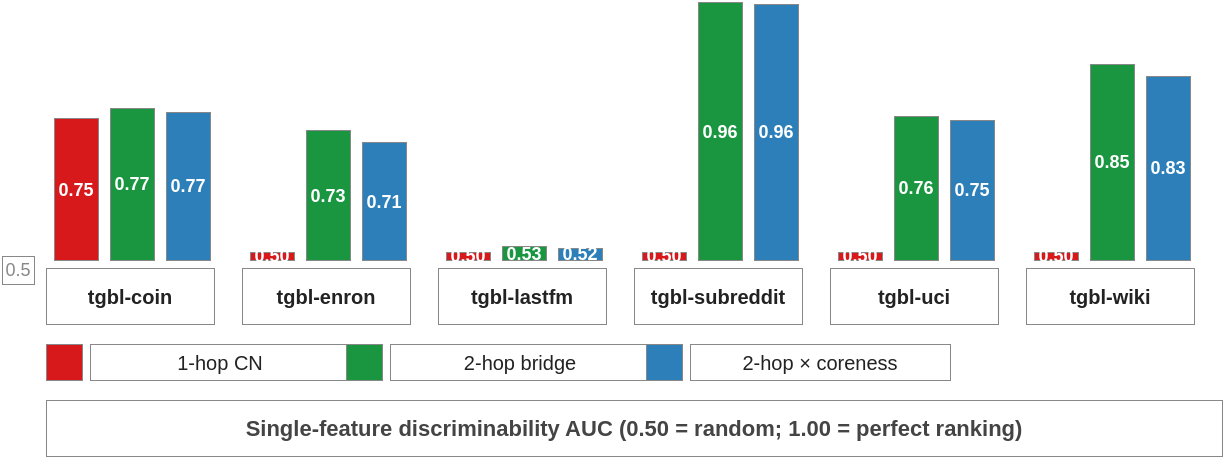
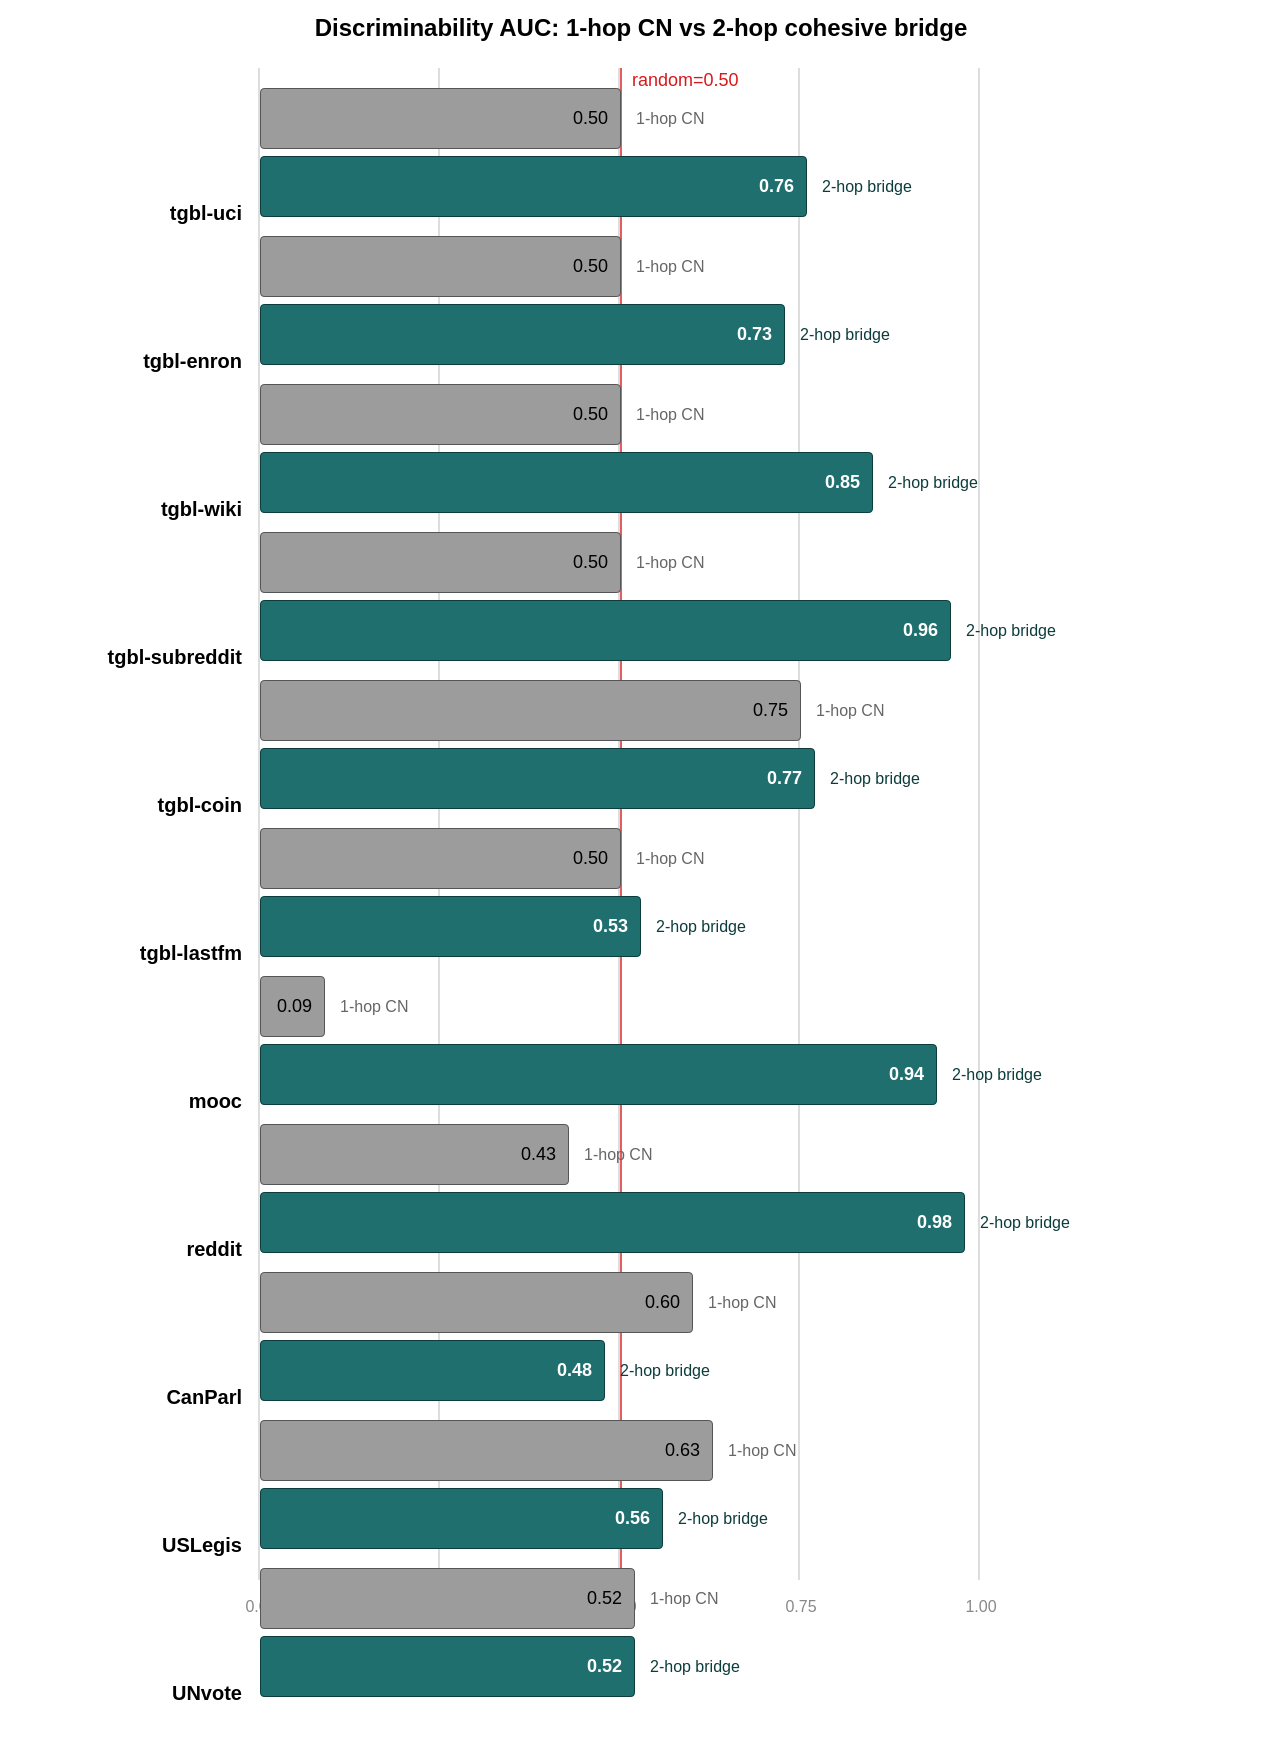
<mxfile host="local" version="22.0.0">
-   <diagram name="discAUC-bars" id="discauc-bars">
-     <mxGraphModel dx="2000" dy="1000" grid="1" gridSize="10" guides="1" tooltips="1"
+   <diagram name="discAUC-bars-v3" id="discauc_v3">
+     <mxGraphModel dx="2000" dy="1200" grid="1" gridSize="10" guides="1" tooltips="1"
      connect="1" arrows="1" fold="1" page="1" pageScale="1"
-       pageWidth="716" pageHeight="358" math="0" shadow="0">
+       pageWidth="720" pageHeight="1008" math="0" shadow="0">
      <root>
        <mxCell id="0"/>
        <mxCell id="1" parent="0"/>
-         <mxCell id="2001" value="tgbl-coin" style="rounded=0;whiteSpace=wrap;html=1;fillColor=#FFFFFF;strokeColor=#888888;strokeWidth=0.5;fontColor=#222222;fontSize=10;fontFamily=Helvetica;align=center;verticalAlign=middle;fontStyle=1" vertex="1" parent="1"><mxGeometry x="24" y="168" width="84" height="28" as="geometry"/></mxCell><mxCell id="2002" value="0.75" style="rounded=0;whiteSpace=wrap;html=1;fillColor=#D7191C;strokeColor=#888888;strokeWidth=0.5;fontColor=#FFFFFF;fontSize=9;fontFamily=Helvetica;align=center;verticalAlign=middle;fontStyle=1" vertex="1" parent="1"><mxGeometry x="28" y="93" width="22" height="71" as="geometry"/></mxCell><mxCell id="2003" value="0.77" style="rounded=0;whiteSpace=wrap;html=1;fillColor=#1A9641;strokeColor=#888888;strokeWidth=0.5;fontColor=#FFFFFF;fontSize=9;fontFamily=Helvetica;align=center;verticalAlign=middle;fontStyle=1" vertex="1" parent="1"><mxGeometry x="56" y="88" width="22" height="76" as="geometry"/></mxCell><mxCell id="2004" value="0.77" style="rounded=0;whiteSpace=wrap;html=1;fillColor=#2C7FB8;strokeColor=#888888;strokeWidth=0.5;fontColor=#FFFFFF;fontSize=9;fontFamily=Helvetica;align=center;verticalAlign=middle;fontStyle=1" vertex="1" parent="1"><mxGeometry x="84" y="90" width="22" height="74" as="geometry"/></mxCell><mxCell id="2005" value="tgbl-enron" style="rounded=0;whiteSpace=wrap;html=1;fillColor=#FFFFFF;strokeColor=#888888;strokeWidth=0.5;fontColor=#222222;fontSize=10;fontFamily=Helvetica;align=center;verticalAlign=middle;fontStyle=1" vertex="1" parent="1"><mxGeometry x="122" y="168" width="84" height="28" as="geometry"/></mxCell><mxCell id="2006" value="0.50" style="rounded=0;whiteSpace=wrap;html=1;fillColor=#D7191C;strokeColor=#888888;strokeWidth=0.5;fontColor=#FFFFFF;fontSize=9;fontFamily=Helvetica;align=center;verticalAlign=middle;fontStyle=1" vertex="1" parent="1"><mxGeometry x="126" y="160" width="22" height="4" as="geometry"/></mxCell><mxCell id="2007" value="0.73" style="rounded=0;whiteSpace=wrap;html=1;fillColor=#1A9641;strokeColor=#888888;strokeWidth=0.5;fontColor=#FFFFFF;fontSize=9;fontFamily=Helvetica;align=center;verticalAlign=middle;fontStyle=1" vertex="1" parent="1"><mxGeometry x="154" y="99" width="22" height="65" as="geometry"/></mxCell><mxCell id="2008" value="0.71" style="rounded=0;whiteSpace=wrap;html=1;fillColor=#2C7FB8;strokeColor=#888888;strokeWidth=0.5;fontColor=#FFFFFF;fontSize=9;fontFamily=Helvetica;align=center;verticalAlign=middle;fontStyle=1" vertex="1" parent="1"><mxGeometry x="182" y="105" width="22" height="59" as="geometry"/></mxCell><mxCell id="2009" value="tgbl-lastfm" style="rounded=0;whiteSpace=wrap;html=1;fillColor=#FFFFFF;strokeColor=#888888;strokeWidth=0.5;fontColor=#222222;fontSize=10;fontFamily=Helvetica;align=center;verticalAlign=middle;fontStyle=1" vertex="1" parent="1"><mxGeometry x="220" y="168" width="84" height="28" as="geometry"/></mxCell><mxCell id="2010" value="0.50" style="rounded=0;whiteSpace=wrap;html=1;fillColor=#D7191C;strokeColor=#888888;strokeWidth=0.5;fontColor=#FFFFFF;fontSize=9;fontFamily=Helvetica;align=center;verticalAlign=middle;fontStyle=1" vertex="1" parent="1"><mxGeometry x="224" y="160" width="22" height="4" as="geometry"/></mxCell><mxCell id="2011" value="0.53" style="rounded=0;whiteSpace=wrap;html=1;fillColor=#1A9641;strokeColor=#888888;strokeWidth=0.5;fontColor=#FFFFFF;fontSize=9;fontFamily=Helvetica;align=center;verticalAlign=middle;fontStyle=1" vertex="1" parent="1"><mxGeometry x="252" y="157" width="22" height="7" as="geometry"/></mxCell><mxCell id="2012" value="0.52" style="rounded=0;whiteSpace=wrap;html=1;fillColor=#2C7FB8;strokeColor=#888888;strokeWidth=0.5;fontColor=#FFFFFF;fontSize=9;fontFamily=Helvetica;align=center;verticalAlign=middle;fontStyle=1" vertex="1" parent="1"><mxGeometry x="280" y="158" width="22" height="6" as="geometry"/></mxCell><mxCell id="2013" value="tgbl-subreddit" style="rounded=0;whiteSpace=wrap;html=1;fillColor=#FFFFFF;strokeColor=#888888;strokeWidth=0.5;fontColor=#222222;fontSize=10;fontFamily=Helvetica;align=center;verticalAlign=middle;fontStyle=1" vertex="1" parent="1"><mxGeometry x="318" y="168" width="84" height="28" as="geometry"/></mxCell><mxCell id="2014" value="0.50" style="rounded=0;whiteSpace=wrap;html=1;fillColor=#D7191C;strokeColor=#888888;strokeWidth=0.5;fontColor=#FFFFFF;fontSize=9;fontFamily=Helvetica;align=center;verticalAlign=middle;fontStyle=1" vertex="1" parent="1"><mxGeometry x="322" y="160" width="22" height="4" as="geometry"/></mxCell><mxCell id="2015" value="0.96" style="rounded=0;whiteSpace=wrap;html=1;fillColor=#1A9641;strokeColor=#888888;strokeWidth=0.5;fontColor=#FFFFFF;fontSize=9;fontFamily=Helvetica;align=center;verticalAlign=middle;fontStyle=1" vertex="1" parent="1"><mxGeometry x="350" y="35" width="22" height="129" as="geometry"/></mxCell><mxCell id="2016" value="0.96" style="rounded=0;whiteSpace=wrap;html=1;fillColor=#2C7FB8;strokeColor=#888888;strokeWidth=0.5;fontColor=#FFFFFF;fontSize=9;fontFamily=Helvetica;align=center;verticalAlign=middle;fontStyle=1" vertex="1" parent="1"><mxGeometry x="378" y="36" width="22" height="128" as="geometry"/></mxCell><mxCell id="2017" value="tgbl-uci" style="rounded=0;whiteSpace=wrap;html=1;fillColor=#FFFFFF;strokeColor=#888888;strokeWidth=0.5;fontColor=#222222;fontSize=10;fontFamily=Helvetica;align=center;verticalAlign=middle;fontStyle=1" vertex="1" parent="1"><mxGeometry x="416" y="168" width="84" height="28" as="geometry"/></mxCell><mxCell id="2018" value="0.50" style="rounded=0;whiteSpace=wrap;html=1;fillColor=#D7191C;strokeColor=#888888;strokeWidth=0.5;fontColor=#FFFFFF;fontSize=9;fontFamily=Helvetica;align=center;verticalAlign=middle;fontStyle=1" vertex="1" parent="1"><mxGeometry x="420" y="160" width="22" height="4" as="geometry"/></mxCell><mxCell id="2019" value="0.76" style="rounded=0;whiteSpace=wrap;html=1;fillColor=#1A9641;strokeColor=#888888;strokeWidth=0.5;fontColor=#FFFFFF;fontSize=9;fontFamily=Helvetica;align=center;verticalAlign=middle;fontStyle=1" vertex="1" parent="1"><mxGeometry x="448" y="92" width="22" height="72" as="geometry"/></mxCell><mxCell id="2020" value="0.75" style="rounded=0;whiteSpace=wrap;html=1;fillColor=#2C7FB8;strokeColor=#888888;strokeWidth=0.5;fontColor=#FFFFFF;fontSize=9;fontFamily=Helvetica;align=center;verticalAlign=middle;fontStyle=1" vertex="1" parent="1"><mxGeometry x="476" y="94" width="22" height="70" as="geometry"/></mxCell><mxCell id="2021" value="tgbl-wiki" style="rounded=0;whiteSpace=wrap;html=1;fillColor=#FFFFFF;strokeColor=#888888;strokeWidth=0.5;fontColor=#222222;fontSize=10;fontFamily=Helvetica;align=center;verticalAlign=middle;fontStyle=1" vertex="1" parent="1"><mxGeometry x="514" y="168" width="84" height="28" as="geometry"/></mxCell><mxCell id="2022" value="0.50" style="rounded=0;whiteSpace=wrap;html=1;fillColor=#D7191C;strokeColor=#888888;strokeWidth=0.5;fontColor=#FFFFFF;fontSize=9;fontFamily=Helvetica;align=center;verticalAlign=middle;fontStyle=1" vertex="1" parent="1"><mxGeometry x="518" y="160" width="22" height="4" as="geometry"/></mxCell><mxCell id="2023" value="0.85" style="rounded=0;whiteSpace=wrap;html=1;fillColor=#1A9641;strokeColor=#888888;strokeWidth=0.5;fontColor=#FFFFFF;fontSize=9;fontFamily=Helvetica;align=center;verticalAlign=middle;fontStyle=1" vertex="1" parent="1"><mxGeometry x="546" y="66" width="22" height="98" as="geometry"/></mxCell><mxCell id="2024" value="0.83" style="rounded=0;whiteSpace=wrap;html=1;fillColor=#2C7FB8;strokeColor=#888888;strokeWidth=0.5;fontColor=#FFFFFF;fontSize=9;fontFamily=Helvetica;align=center;verticalAlign=middle;fontStyle=1" vertex="1" parent="1"><mxGeometry x="574" y="72" width="22" height="92" as="geometry"/></mxCell><mxCell id="2025" value="0.5" style="rounded=0;whiteSpace=wrap;html=1;fillColor=#FFFFFF;strokeColor=#888888;strokeWidth=0.5;fontColor=#888888;fontSize=9;fontFamily=Helvetica;align=center;verticalAlign=middle" vertex="1" parent="1"><mxGeometry x="2" y="162" width="16" height="14" as="geometry"/></mxCell><mxCell id="2026" value="" style="rounded=0;whiteSpace=wrap;html=1;fillColor=#D7191C;strokeColor=#888888;strokeWidth=0.5;fontColor=#000000;fontSize=10;fontFamily=Helvetica;align=center;verticalAlign=middle" vertex="1" parent="1"><mxGeometry x="24" y="206" width="18" height="18" as="geometry"/></mxCell><mxCell id="2027" value="1-hop CN" style="rounded=0;whiteSpace=wrap;html=1;fillColor=#FFFFFF;strokeColor=#888888;strokeWidth=0.5;fontColor=#222222;fontSize=10;fontFamily=Helvetica;align=center;verticalAlign=middle" vertex="1" parent="1"><mxGeometry x="46" y="206" width="130" height="18" as="geometry"/></mxCell><mxCell id="2028" value="" style="rounded=0;whiteSpace=wrap;html=1;fillColor=#1A9641;strokeColor=#888888;strokeWidth=0.5;fontColor=#000000;fontSize=10;fontFamily=Helvetica;align=center;verticalAlign=middle" vertex="1" parent="1"><mxGeometry x="174" y="206" width="18" height="18" as="geometry"/></mxCell><mxCell id="2029" value="2-hop bridge" style="rounded=0;whiteSpace=wrap;html=1;fillColor=#FFFFFF;strokeColor=#888888;strokeWidth=0.5;fontColor=#222222;fontSize=10;fontFamily=Helvetica;align=center;verticalAlign=middle" vertex="1" parent="1"><mxGeometry x="196" y="206" width="130" height="18" as="geometry"/></mxCell><mxCell id="2030" value="" style="rounded=0;whiteSpace=wrap;html=1;fillColor=#2C7FB8;strokeColor=#888888;strokeWidth=0.5;fontColor=#000000;fontSize=10;fontFamily=Helvetica;align=center;verticalAlign=middle" vertex="1" parent="1"><mxGeometry x="324" y="206" width="18" height="18" as="geometry"/></mxCell><mxCell id="2031" value="2-hop × coreness" style="rounded=0;whiteSpace=wrap;html=1;fillColor=#FFFFFF;strokeColor=#888888;strokeWidth=0.5;fontColor=#222222;fontSize=10;fontFamily=Helvetica;align=center;verticalAlign=middle" vertex="1" parent="1"><mxGeometry x="346" y="206" width="130" height="18" as="geometry"/></mxCell><mxCell id="2032" value="Single-feature discriminability AUC (0.50 = random; 1.00 = perfect ranking)" style="rounded=0;whiteSpace=wrap;html=1;fillColor=#FFFFFF;strokeColor=#888888;strokeWidth=0.5;fontColor=#444444;fontSize=11;fontFamily=Helvetica;align=center;verticalAlign=middle;fontStyle=1" vertex="1" parent="1"><mxGeometry x="24" y="234" width="588" height="28" as="geometry"/></mxCell>
+         <mxCell id="5001" value="Discriminability AUC: 1-hop CN vs 2-hop cohesive bridge" style="text;html=1;align=center;fontFamily=Helvetica;fontSize=12;fontStyle=1" vertex="1" parent="1"><mxGeometry x="30" y="30" width="640" height="26" as="geometry"/></mxCell><mxCell id="5002" value="" style="rounded=0;fillColor=#D7191C;strokeColor=none;opacity=70" vertex="1" parent="1"><mxGeometry x="339" y="64" width="2" height="758" as="geometry"/></mxCell><mxCell id="5003" value="random=0.50" style="text;html=1;align=left;fontFamily=Helvetica;fontSize=9;fontColor=#D7191C" vertex="1" parent="1"><mxGeometry x="344" y="58" width="90" height="14" as="geometry"/></mxCell><mxCell id="5004" value="" style="rounded=0;fillColor=#DDDDDD;strokeColor=none" vertex="1" parent="1"><mxGeometry x="159" y="64" width="1" height="756" as="geometry"/></mxCell><mxCell id="5005" value="0.00" style="text;html=1;align=center;fontFamily=Helvetica;fontSize=8;fontColor=#888888" vertex="1" parent="1"><mxGeometry x="146" y="822" width="28" height="14" as="geometry"/></mxCell><mxCell id="5006" value="" style="rounded=0;fillColor=#DDDDDD;strokeColor=none" vertex="1" parent="1"><mxGeometry x="249" y="64" width="1" height="756" as="geometry"/></mxCell><mxCell id="5007" value="0.25" style="text;html=1;align=center;fontFamily=Helvetica;fontSize=8;fontColor=#888888" vertex="1" parent="1"><mxGeometry x="236" y="822" width="28" height="14" as="geometry"/></mxCell><mxCell id="5008" value="" style="rounded=0;fillColor=#DDDDDD;strokeColor=none" vertex="1" parent="1"><mxGeometry x="339" y="64" width="1" height="756" as="geometry"/></mxCell><mxCell id="5009" value="0.50" style="text;html=1;align=center;fontFamily=Helvetica;fontSize=8;fontColor=#888888" vertex="1" parent="1"><mxGeometry x="326" y="822" width="28" height="14" as="geometry"/></mxCell><mxCell id="5010" value="" style="rounded=0;fillColor=#DDDDDD;strokeColor=none" vertex="1" parent="1"><mxGeometry x="429" y="64" width="1" height="756" as="geometry"/></mxCell><mxCell id="5011" value="0.75" style="text;html=1;align=center;fontFamily=Helvetica;fontSize=8;fontColor=#888888" vertex="1" parent="1"><mxGeometry x="416" y="822" width="28" height="14" as="geometry"/></mxCell><mxCell id="5012" value="" style="rounded=0;fillColor=#DDDDDD;strokeColor=none" vertex="1" parent="1"><mxGeometry x="519" y="64" width="1" height="756" as="geometry"/></mxCell><mxCell id="5013" value="1.00" style="text;html=1;align=center;fontFamily=Helvetica;fontSize=8;fontColor=#888888" vertex="1" parent="1"><mxGeometry x="506" y="822" width="28" height="14" as="geometry"/></mxCell><mxCell id="5014" value="tgbl-uci" style="text;html=1;align=right;verticalAlign=middle;fontFamily=Helvetica;fontSize=10;fontStyle=1" vertex="1" parent="1"><mxGeometry x="30" y="104" width="122" height="64" as="geometry"/></mxCell><mxCell id="5015" value="0.50" style="rounded=1;arcSize=6;whiteSpace=wrap;html=1;fillColor=#9C9C9C;strokeColor=#555555;strokeWidth=0.5;fontColor=#000000;fontFamily=Helvetica;fontSize=9;align=right;verticalAlign=middle;spacingRight=4" vertex="1" parent="1"><mxGeometry x="160" y="74" width="180" height="30" as="geometry"/></mxCell><mxCell id="5016" value="1-hop CN" style="text;html=1;align=left;verticalAlign=middle;fontFamily=Helvetica;fontSize=8;fontColor=#666666" vertex="1" parent="1"><mxGeometry x="346" y="74" width="70" height="30" as="geometry"/></mxCell><mxCell id="5017" value="0.76" style="rounded=1;arcSize=6;whiteSpace=wrap;html=1;fillColor=#1F6F6F;strokeColor=#0C3C3C;strokeWidth=0.5;fontColor=#FFFFFF;fontStyle=1;fontFamily=Helvetica;fontSize=9;align=right;verticalAlign=middle;spacingRight=4" vertex="1" parent="1"><mxGeometry x="160" y="108" width="273" height="30" as="geometry"/></mxCell><mxCell id="5018" value="2-hop bridge" style="text;html=1;align=left;verticalAlign=middle;fontFamily=Helvetica;fontSize=8;fontColor=#0C3C3C" vertex="1" parent="1"><mxGeometry x="439" y="108" width="90" height="30" as="geometry"/></mxCell><mxCell id="5019" value="tgbl-enron" style="text;html=1;align=right;verticalAlign=middle;fontFamily=Helvetica;fontSize=10;fontStyle=1" vertex="1" parent="1"><mxGeometry x="30" y="178" width="122" height="64" as="geometry"/></mxCell><mxCell id="5020" value="0.50" style="rounded=1;arcSize=6;whiteSpace=wrap;html=1;fillColor=#9C9C9C;strokeColor=#555555;strokeWidth=0.5;fontColor=#000000;fontFamily=Helvetica;fontSize=9;align=right;verticalAlign=middle;spacingRight=4" vertex="1" parent="1"><mxGeometry x="160" y="148" width="180" height="30" as="geometry"/></mxCell><mxCell id="5021" value="1-hop CN" style="text;html=1;align=left;verticalAlign=middle;fontFamily=Helvetica;fontSize=8;fontColor=#666666" vertex="1" parent="1"><mxGeometry x="346" y="148" width="70" height="30" as="geometry"/></mxCell><mxCell id="5022" value="0.73" style="rounded=1;arcSize=6;whiteSpace=wrap;html=1;fillColor=#1F6F6F;strokeColor=#0C3C3C;strokeWidth=0.5;fontColor=#FFFFFF;fontStyle=1;fontFamily=Helvetica;fontSize=9;align=right;verticalAlign=middle;spacingRight=4" vertex="1" parent="1"><mxGeometry x="160" y="182" width="262" height="30" as="geometry"/></mxCell><mxCell id="5023" value="2-hop bridge" style="text;html=1;align=left;verticalAlign=middle;fontFamily=Helvetica;fontSize=8;fontColor=#0C3C3C" vertex="1" parent="1"><mxGeometry x="428" y="182" width="90" height="30" as="geometry"/></mxCell><mxCell id="5024" value="tgbl-wiki" style="text;html=1;align=right;verticalAlign=middle;fontFamily=Helvetica;fontSize=10;fontStyle=1" vertex="1" parent="1"><mxGeometry x="30" y="252" width="122" height="64" as="geometry"/></mxCell><mxCell id="5025" value="0.50" style="rounded=1;arcSize=6;whiteSpace=wrap;html=1;fillColor=#9C9C9C;strokeColor=#555555;strokeWidth=0.5;fontColor=#000000;fontFamily=Helvetica;fontSize=9;align=right;verticalAlign=middle;spacingRight=4" vertex="1" parent="1"><mxGeometry x="160" y="222" width="180" height="30" as="geometry"/></mxCell><mxCell id="5026" value="1-hop CN" style="text;html=1;align=left;verticalAlign=middle;fontFamily=Helvetica;fontSize=8;fontColor=#666666" vertex="1" parent="1"><mxGeometry x="346" y="222" width="70" height="30" as="geometry"/></mxCell><mxCell id="5027" value="0.85" style="rounded=1;arcSize=6;whiteSpace=wrap;html=1;fillColor=#1F6F6F;strokeColor=#0C3C3C;strokeWidth=0.5;fontColor=#FFFFFF;fontStyle=1;fontFamily=Helvetica;fontSize=9;align=right;verticalAlign=middle;spacingRight=4" vertex="1" parent="1"><mxGeometry x="160" y="256" width="306" height="30" as="geometry"/></mxCell><mxCell id="5028" value="2-hop bridge" style="text;html=1;align=left;verticalAlign=middle;fontFamily=Helvetica;fontSize=8;fontColor=#0C3C3C" vertex="1" parent="1"><mxGeometry x="472" y="256" width="90" height="30" as="geometry"/></mxCell><mxCell id="5029" value="tgbl-subreddit" style="text;html=1;align=right;verticalAlign=middle;fontFamily=Helvetica;fontSize=10;fontStyle=1" vertex="1" parent="1"><mxGeometry x="30" y="326" width="122" height="64" as="geometry"/></mxCell><mxCell id="5030" value="0.50" style="rounded=1;arcSize=6;whiteSpace=wrap;html=1;fillColor=#9C9C9C;strokeColor=#555555;strokeWidth=0.5;fontColor=#000000;fontFamily=Helvetica;fontSize=9;align=right;verticalAlign=middle;spacingRight=4" vertex="1" parent="1"><mxGeometry x="160" y="296" width="180" height="30" as="geometry"/></mxCell><mxCell id="5031" value="1-hop CN" style="text;html=1;align=left;verticalAlign=middle;fontFamily=Helvetica;fontSize=8;fontColor=#666666" vertex="1" parent="1"><mxGeometry x="346" y="296" width="70" height="30" as="geometry"/></mxCell><mxCell id="5032" value="0.96" style="rounded=1;arcSize=6;whiteSpace=wrap;html=1;fillColor=#1F6F6F;strokeColor=#0C3C3C;strokeWidth=0.5;fontColor=#FFFFFF;fontStyle=1;fontFamily=Helvetica;fontSize=9;align=right;verticalAlign=middle;spacingRight=4" vertex="1" parent="1"><mxGeometry x="160" y="330" width="345" height="30" as="geometry"/></mxCell><mxCell id="5033" value="2-hop bridge" style="text;html=1;align=left;verticalAlign=middle;fontFamily=Helvetica;fontSize=8;fontColor=#0C3C3C" vertex="1" parent="1"><mxGeometry x="511" y="330" width="90" height="30" as="geometry"/></mxCell><mxCell id="5034" value="tgbl-coin" style="text;html=1;align=right;verticalAlign=middle;fontFamily=Helvetica;fontSize=10;fontStyle=1" vertex="1" parent="1"><mxGeometry x="30" y="400" width="122" height="64" as="geometry"/></mxCell><mxCell id="5035" value="0.75" style="rounded=1;arcSize=6;whiteSpace=wrap;html=1;fillColor=#9C9C9C;strokeColor=#555555;strokeWidth=0.5;fontColor=#000000;fontFamily=Helvetica;fontSize=9;align=right;verticalAlign=middle;spacingRight=4" vertex="1" parent="1"><mxGeometry x="160" y="370" width="270" height="30" as="geometry"/></mxCell><mxCell id="5036" value="1-hop CN" style="text;html=1;align=left;verticalAlign=middle;fontFamily=Helvetica;fontSize=8;fontColor=#666666" vertex="1" parent="1"><mxGeometry x="436" y="370" width="70" height="30" as="geometry"/></mxCell><mxCell id="5037" value="0.77" style="rounded=1;arcSize=6;whiteSpace=wrap;html=1;fillColor=#1F6F6F;strokeColor=#0C3C3C;strokeWidth=0.5;fontColor=#FFFFFF;fontStyle=1;fontFamily=Helvetica;fontSize=9;align=right;verticalAlign=middle;spacingRight=4" vertex="1" parent="1"><mxGeometry x="160" y="404" width="277" height="30" as="geometry"/></mxCell><mxCell id="5038" value="2-hop bridge" style="text;html=1;align=left;verticalAlign=middle;fontFamily=Helvetica;fontSize=8;fontColor=#0C3C3C" vertex="1" parent="1"><mxGeometry x="443" y="404" width="90" height="30" as="geometry"/></mxCell><mxCell id="5039" value="tgbl-lastfm" style="text;html=1;align=right;verticalAlign=middle;fontFamily=Helvetica;fontSize=10;fontStyle=1" vertex="1" parent="1"><mxGeometry x="30" y="474" width="122" height="64" as="geometry"/></mxCell><mxCell id="5040" value="0.50" style="rounded=1;arcSize=6;whiteSpace=wrap;html=1;fillColor=#9C9C9C;strokeColor=#555555;strokeWidth=0.5;fontColor=#000000;fontFamily=Helvetica;fontSize=9;align=right;verticalAlign=middle;spacingRight=4" vertex="1" parent="1"><mxGeometry x="160" y="444" width="180" height="30" as="geometry"/></mxCell><mxCell id="5041" value="1-hop CN" style="text;html=1;align=left;verticalAlign=middle;fontFamily=Helvetica;fontSize=8;fontColor=#666666" vertex="1" parent="1"><mxGeometry x="346" y="444" width="70" height="30" as="geometry"/></mxCell><mxCell id="5042" value="0.53" style="rounded=1;arcSize=6;whiteSpace=wrap;html=1;fillColor=#1F6F6F;strokeColor=#0C3C3C;strokeWidth=0.5;fontColor=#FFFFFF;fontStyle=1;fontFamily=Helvetica;fontSize=9;align=right;verticalAlign=middle;spacingRight=4" vertex="1" parent="1"><mxGeometry x="160" y="478" width="190" height="30" as="geometry"/></mxCell><mxCell id="5043" value="2-hop bridge" style="text;html=1;align=left;verticalAlign=middle;fontFamily=Helvetica;fontSize=8;fontColor=#0C3C3C" vertex="1" parent="1"><mxGeometry x="356" y="478" width="90" height="30" as="geometry"/></mxCell><mxCell id="5044" value="mooc" style="text;html=1;align=right;verticalAlign=middle;fontFamily=Helvetica;fontSize=10;fontStyle=1" vertex="1" parent="1"><mxGeometry x="30" y="548" width="122" height="64" as="geometry"/></mxCell><mxCell id="5045" value="0.09" style="rounded=1;arcSize=6;whiteSpace=wrap;html=1;fillColor=#9C9C9C;strokeColor=#555555;strokeWidth=0.5;fontColor=#000000;fontFamily=Helvetica;fontSize=9;align=right;verticalAlign=middle;spacingRight=4" vertex="1" parent="1"><mxGeometry x="160" y="518" width="32" height="30" as="geometry"/></mxCell><mxCell id="5046" value="1-hop CN" style="text;html=1;align=left;verticalAlign=middle;fontFamily=Helvetica;fontSize=8;fontColor=#666666" vertex="1" parent="1"><mxGeometry x="198" y="518" width="70" height="30" as="geometry"/></mxCell><mxCell id="5047" value="0.94" style="rounded=1;arcSize=6;whiteSpace=wrap;html=1;fillColor=#1F6F6F;strokeColor=#0C3C3C;strokeWidth=0.5;fontColor=#FFFFFF;fontStyle=1;fontFamily=Helvetica;fontSize=9;align=right;verticalAlign=middle;spacingRight=4" vertex="1" parent="1"><mxGeometry x="160" y="552" width="338" height="30" as="geometry"/></mxCell><mxCell id="5048" value="2-hop bridge" style="text;html=1;align=left;verticalAlign=middle;fontFamily=Helvetica;fontSize=8;fontColor=#0C3C3C" vertex="1" parent="1"><mxGeometry x="504" y="552" width="90" height="30" as="geometry"/></mxCell><mxCell id="5049" value="reddit" style="text;html=1;align=right;verticalAlign=middle;fontFamily=Helvetica;fontSize=10;fontStyle=1" vertex="1" parent="1"><mxGeometry x="30" y="622" width="122" height="64" as="geometry"/></mxCell><mxCell id="5050" value="0.43" style="rounded=1;arcSize=6;whiteSpace=wrap;html=1;fillColor=#9C9C9C;strokeColor=#555555;strokeWidth=0.5;fontColor=#000000;fontFamily=Helvetica;fontSize=9;align=right;verticalAlign=middle;spacingRight=4" vertex="1" parent="1"><mxGeometry x="160" y="592" width="154" height="30" as="geometry"/></mxCell><mxCell id="5051" value="1-hop CN" style="text;html=1;align=left;verticalAlign=middle;fontFamily=Helvetica;fontSize=8;fontColor=#666666" vertex="1" parent="1"><mxGeometry x="320" y="592" width="70" height="30" as="geometry"/></mxCell><mxCell id="5052" value="0.98" style="rounded=1;arcSize=6;whiteSpace=wrap;html=1;fillColor=#1F6F6F;strokeColor=#0C3C3C;strokeWidth=0.5;fontColor=#FFFFFF;fontStyle=1;fontFamily=Helvetica;fontSize=9;align=right;verticalAlign=middle;spacingRight=4" vertex="1" parent="1"><mxGeometry x="160" y="626" width="352" height="30" as="geometry"/></mxCell><mxCell id="5053" value="2-hop bridge" style="text;html=1;align=left;verticalAlign=middle;fontFamily=Helvetica;fontSize=8;fontColor=#0C3C3C" vertex="1" parent="1"><mxGeometry x="518" y="626" width="90" height="30" as="geometry"/></mxCell><mxCell id="5054" value="CanParl" style="text;html=1;align=right;verticalAlign=middle;fontFamily=Helvetica;fontSize=10;fontStyle=1" vertex="1" parent="1"><mxGeometry x="30" y="696" width="122" height="64" as="geometry"/></mxCell><mxCell id="5055" value="0.60" style="rounded=1;arcSize=6;whiteSpace=wrap;html=1;fillColor=#9C9C9C;strokeColor=#555555;strokeWidth=0.5;fontColor=#000000;fontFamily=Helvetica;fontSize=9;align=right;verticalAlign=middle;spacingRight=4" vertex="1" parent="1"><mxGeometry x="160" y="666" width="216" height="30" as="geometry"/></mxCell><mxCell id="5056" value="1-hop CN" style="text;html=1;align=left;verticalAlign=middle;fontFamily=Helvetica;fontSize=8;fontColor=#666666" vertex="1" parent="1"><mxGeometry x="382" y="666" width="70" height="30" as="geometry"/></mxCell><mxCell id="5057" value="0.48" style="rounded=1;arcSize=6;whiteSpace=wrap;html=1;fillColor=#1F6F6F;strokeColor=#0C3C3C;strokeWidth=0.5;fontColor=#FFFFFF;fontStyle=1;fontFamily=Helvetica;fontSize=9;align=right;verticalAlign=middle;spacingRight=4" vertex="1" parent="1"><mxGeometry x="160" y="700" width="172" height="30" as="geometry"/></mxCell><mxCell id="5058" value="2-hop bridge" style="text;html=1;align=left;verticalAlign=middle;fontFamily=Helvetica;fontSize=8;fontColor=#0C3C3C" vertex="1" parent="1"><mxGeometry x="338" y="700" width="90" height="30" as="geometry"/></mxCell><mxCell id="5059" value="USLegis" style="text;html=1;align=right;verticalAlign=middle;fontFamily=Helvetica;fontSize=10;fontStyle=1" vertex="1" parent="1"><mxGeometry x="30" y="770" width="122" height="64" as="geometry"/></mxCell><mxCell id="5060" value="0.63" style="rounded=1;arcSize=6;whiteSpace=wrap;html=1;fillColor=#9C9C9C;strokeColor=#555555;strokeWidth=0.5;fontColor=#000000;fontFamily=Helvetica;fontSize=9;align=right;verticalAlign=middle;spacingRight=4" vertex="1" parent="1"><mxGeometry x="160" y="740" width="226" height="30" as="geometry"/></mxCell><mxCell id="5061" value="1-hop CN" style="text;html=1;align=left;verticalAlign=middle;fontFamily=Helvetica;fontSize=8;fontColor=#666666" vertex="1" parent="1"><mxGeometry x="392" y="740" width="70" height="30" as="geometry"/></mxCell><mxCell id="5062" value="0.56" style="rounded=1;arcSize=6;whiteSpace=wrap;html=1;fillColor=#1F6F6F;strokeColor=#0C3C3C;strokeWidth=0.5;fontColor=#FFFFFF;fontStyle=1;fontFamily=Helvetica;fontSize=9;align=right;verticalAlign=middle;spacingRight=4" vertex="1" parent="1"><mxGeometry x="160" y="774" width="201" height="30" as="geometry"/></mxCell><mxCell id="5063" value="2-hop bridge" style="text;html=1;align=left;verticalAlign=middle;fontFamily=Helvetica;fontSize=8;fontColor=#0C3C3C" vertex="1" parent="1"><mxGeometry x="367" y="774" width="90" height="30" as="geometry"/></mxCell><mxCell id="5064" value="UNvote" style="text;html=1;align=right;verticalAlign=middle;fontFamily=Helvetica;fontSize=10;fontStyle=1" vertex="1" parent="1"><mxGeometry x="30" y="844" width="122" height="64" as="geometry"/></mxCell><mxCell id="5065" value="0.52" style="rounded=1;arcSize=6;whiteSpace=wrap;html=1;fillColor=#9C9C9C;strokeColor=#555555;strokeWidth=0.5;fontColor=#000000;fontFamily=Helvetica;fontSize=9;align=right;verticalAlign=middle;spacingRight=4" vertex="1" parent="1"><mxGeometry x="160" y="814" width="187" height="30" as="geometry"/></mxCell><mxCell id="5066" value="1-hop CN" style="text;html=1;align=left;verticalAlign=middle;fontFamily=Helvetica;fontSize=8;fontColor=#666666" vertex="1" parent="1"><mxGeometry x="353" y="814" width="70" height="30" as="geometry"/></mxCell><mxCell id="5067" value="0.52" style="rounded=1;arcSize=6;whiteSpace=wrap;html=1;fillColor=#1F6F6F;strokeColor=#0C3C3C;strokeWidth=0.5;fontColor=#FFFFFF;fontStyle=1;fontFamily=Helvetica;fontSize=9;align=right;verticalAlign=middle;spacingRight=4" vertex="1" parent="1"><mxGeometry x="160" y="848" width="187" height="30" as="geometry"/></mxCell><mxCell id="5068" value="2-hop bridge" style="text;html=1;align=left;verticalAlign=middle;fontFamily=Helvetica;fontSize=8;fontColor=#0C3C3C" vertex="1" parent="1"><mxGeometry x="353" y="848" width="90" height="30" as="geometry"/></mxCell>
      </root>
    </mxGraphModel>
  </diagram>
</mxfile>
